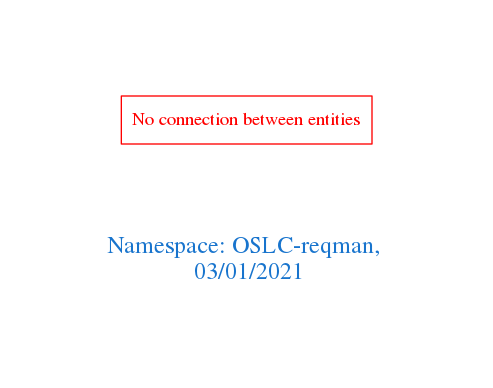
arago/OGIT keeps this Graphviz diagram as downloads/OSLC-reqman.png. Above is the earlier version. Its source is kept beside it as downloads/OSLC-reqman.dot.
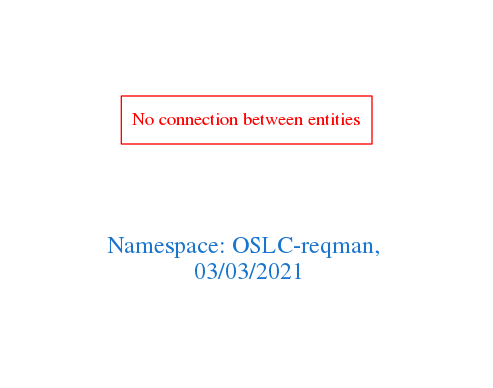
Later version of the same file.

Change to the diagram source:
```diff
@@ -1,7 +1,7 @@
 digraph OGIT_ontology {
  graph [ rankdir= LR,pad=1
 fontsize = 18,
-fontcolor= dodgerblue3,label = "\n\n\nNamespace: OSLC-reqman, \n 03/01/2021"];
+fontcolor= dodgerblue3,label = "\n\n\nNamespace: OSLC-reqman, \n 03/03/2021"];
 node[shape=polygon];
 edge [  color="gray81"];
 
```
